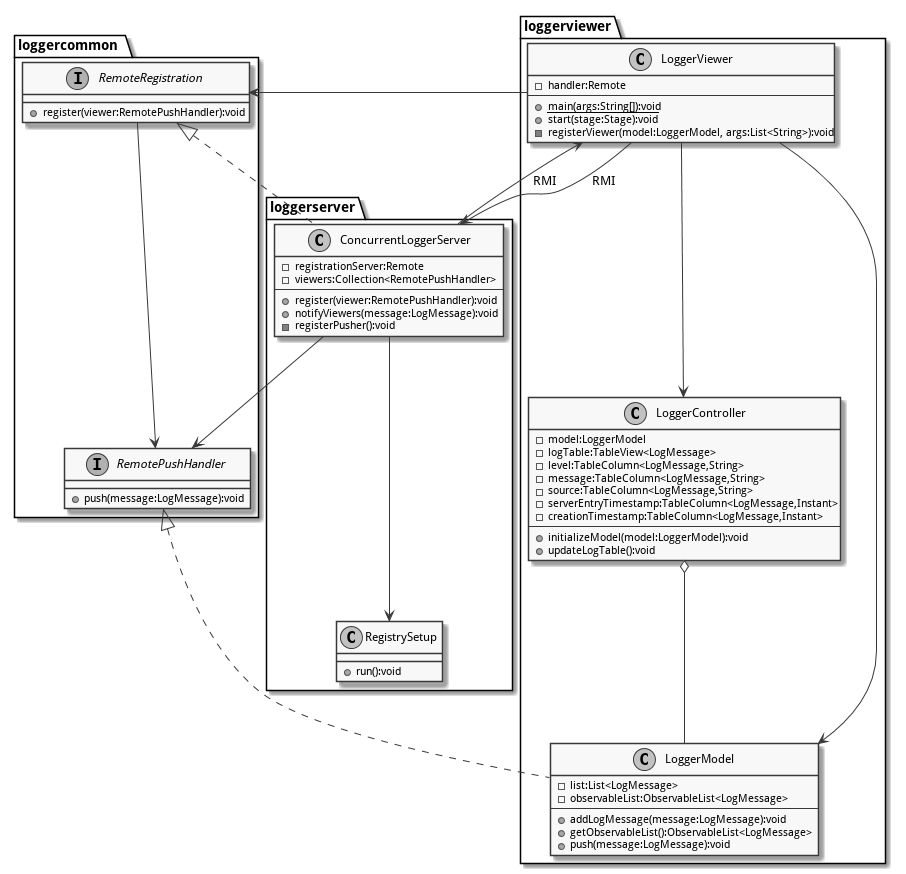
Earlier version of the PlantUML export Systemspezifikation/img/loggerviewer.png (patrickbucher/vsk-team5).
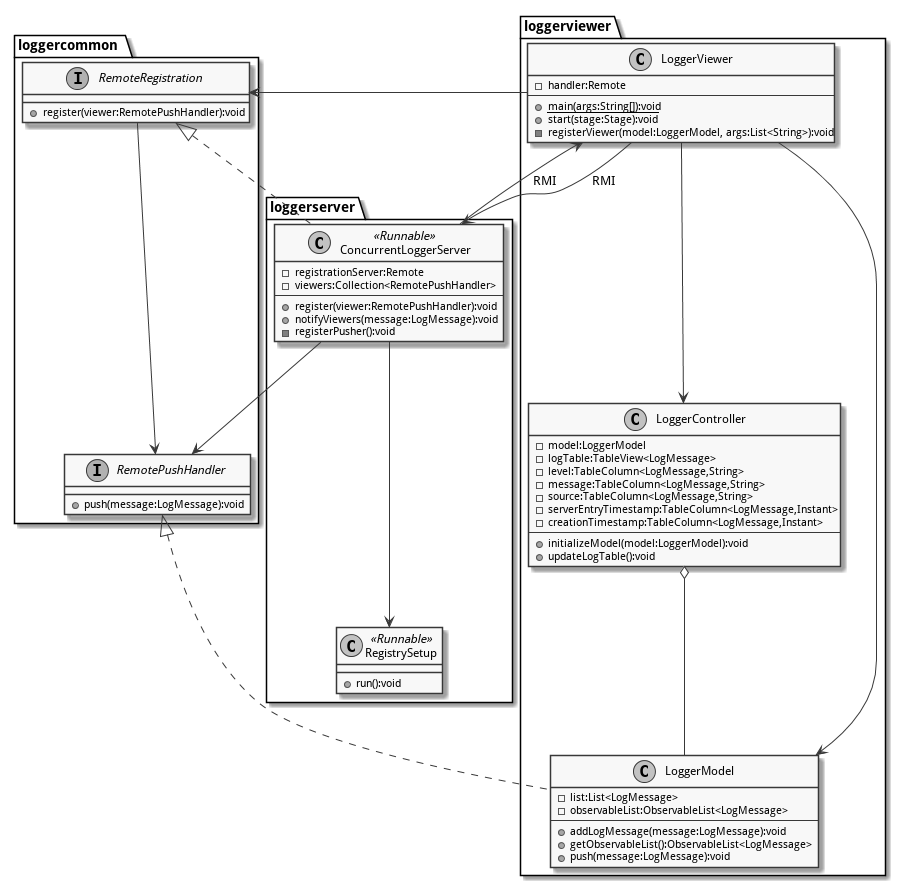
Later version of the same file.

What changed in the source:
```diff
@@ -14,10 +14,10 @@
 }
 
 package "loggerserver" {
-    class RegistrySetup {
+    class RegistrySetup << Runnable >> {
         + run():void
     }
-    class ConcurrentLoggerServer {
+    class ConcurrentLoggerServer << Runnable >> {
         - registrationServer:Remote
         - viewers:Collection<RemotePushHandler>
         ---
```
